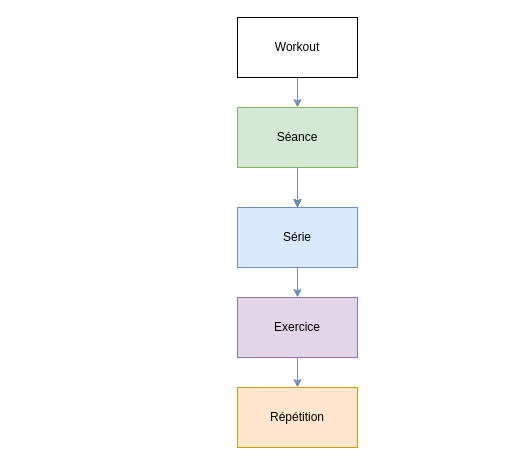
This is ressources/entites.drawio from Pismice/PDG-GRP5, a draw.io file, before an edit. Source tidied: cells renumbered, new cells numbered last; positions are measured from the earlier drawing's top-left corner, leaving out a move shared by most shapes. Both pictures are drawn from the tidied source at 100%, with x=0, y=0 at pixel (237, 17).
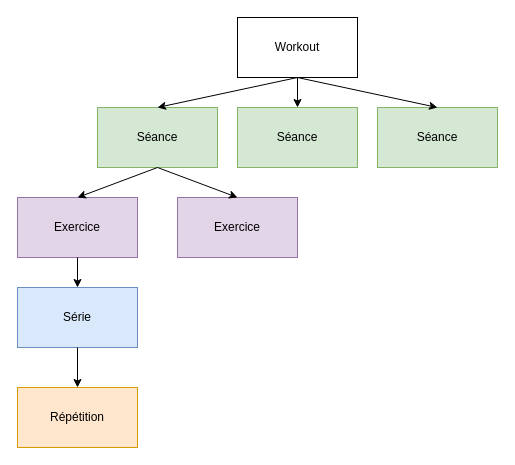
The same diagram, later.

What changed in the source:
```diff
@@
 <mxGraphModel>
   <root>
     <mxCell id="0" />
     <mxCell id="1" parent="0" />
     <mxCell id="2" value="Workout" style="rounded=0;whiteSpace=wrap;html=1;" parent="1" vertex="1">
       <mxGeometry width="120" height="60" as="geometry" />
     </mxCell>
-    <mxCell id="3" style="edgeStyle=orthogonalEdgeStyle;rounded=0;jettySize=auto;html=1;" parent="1" edge="1" source="4" target="6">
-      <mxGeometry relative="1" as="geometry" />
-    </mxCell>
+    <mxCell id="12" value="Séance" style="rounded=0;whiteSpace=wrap;html=1;fillColor=#d5e8d4;strokeColor=#82b366;" parent="1" vertex="1">
+      <mxGeometry x="-140" y="90" width="120" height="60" as="geometry" />
+    </mxCell>
     <mxCell id="4" value="Séance" style="rounded=0;whiteSpace=wrap;html=1;fillColor=#d5e8d4;strokeColor=#82b366;" parent="1" vertex="1">
       <mxGeometry y="90" width="120" height="60" as="geometry" />
     </mxCell>
+    <mxCell id="13" value="Séance" style="rounded=0;whiteSpace=wrap;html=1;fillColor=#d5e8d4;strokeColor=#82b366;" parent="1" vertex="1">
+      <mxGeometry x="140" y="90" width="120" height="60" as="geometry" />
+    </mxCell>
     <mxCell id="5" value="Exercice" style="rounded=0;whiteSpace=wrap;html=1;fillColor=#e1d5e7;strokeColor=#9673a6;" parent="1" vertex="1">
-      <mxGeometry y="280" width="120" height="60" as="geometry" />
+      <mxGeometry x="-220" y="180" width="120" height="60" as="geometry" />
     </mxCell>
+    <mxCell id="14" value="Exercice" style="rounded=0;whiteSpace=wrap;html=1;fillColor=#e1d5e7;strokeColor=#9673a6;" parent="1" vertex="1">
+      <mxGeometry x="-60" y="180" width="120" height="60" as="geometry" />
+    </mxCell>
     <mxCell id="6" value="Série" style="rounded=0;whiteSpace=wrap;html=1;fillColor=#dae8fc;strokeColor=#6c8ebf;" parent="1" vertex="1">
-      <mxGeometry y="190" width="120" height="60" as="geometry" />
+      <mxGeometry x="-220" y="270" width="120" height="60" as="geometry" />
     </mxCell>
     <mxCell id="7" value="Répétition" style="rounded=0;whiteSpace=wrap;html=1;fillColor=#ffe6cc;strokeColor=#d79b00;" parent="1" vertex="1">
-      <mxGeometry y="370" width="120" height="60" as="geometry" />
+      <mxGeometry x="-220" y="370" width="120" height="60" as="geometry" />
     </mxCell>
-    <mxCell id="8" style="endArrow=classic;html=1;rounded=0;exitX=0.5;exitY=1;exitDx=0;exitDy=0;entryX=0.5;entryY=0;entryDx=0;entryDy=0;fillColor=#dae8fc;strokeColor=#6c8ebf;" parent="1" edge="1" source="4" target="6">
-      <mxGeometry relative="1" as="geometry" />
-    </mxCell>
-    <mxCell id="9" style="endArrow=classic;html=1;rounded=0;exitX=0.5;exitY=1;exitDx=0;exitDy=0;entryX=0.5;entryY=0;entryDx=0;entryDy=0;fillColor=#dae8fc;strokeColor=#6c8ebf;" parent="1" edge="1" source="6" target="5">
-      <mxGeometry relative="1" as="geometry" />
-    </mxCell>
-    <mxCell id="10" style="endArrow=classic;html=1;rounded=0;exitX=0.5;exitY=1;exitDx=0;exitDy=0;entryX=0.5;entryY=0;entryDx=0;entryDy=0;fillColor=#dae8fc;strokeColor=#6c8ebf;" parent="1" edge="1" source="5" target="7">
-      <mxGeometry relative="1" as="geometry" />
-    </mxCell>
-    <mxCell id="11" style="endArrow=classic;html=1;rounded=0;exitX=0.5;exitY=1;exitDx=0;exitDy=0;fillColor=#dae8fc;strokeColor=#6c8ebf;" parent="1" edge="1" source="2">
-      <mxGeometry relative="1" as="geometry">
-        <mxPoint x="60" y="90" as="targetPoint" />
-      </mxGeometry>
-    </mxCell>
+    <mxCell id="15" style="endArrow=classic;html=1;rounded=0;exitX=0.5;exitY=1;exitDx=0;exitDy=0;entryX=0.5;entryY=0;entryDx=0;entryDy=0;" parent="1" edge="1" source="2" target="12">
+      <mxGeometry relative="1" as="geometry" />
+    </mxCell>
+    <mxCell id="16" style="endArrow=classic;html=1;rounded=0;exitX=0.5;exitY=1;exitDx=0;exitDy=0;entryX=0.5;entryY=0;entryDx=0;entryDy=0;" parent="1" edge="1" source="2" target="4">
+      <mxGeometry relative="1" as="geometry" />
+    </mxCell>
+    <mxCell id="17" style="endArrow=classic;html=1;rounded=0;entryX=0.5;entryY=0;entryDx=0;entryDy=0;" parent="1" edge="1" target="13">
+      <mxGeometry relative="1" as="geometry">
+        <mxPoint x="60" y="60" as="sourcePoint" />
+      </mxGeometry>
+    </mxCell>
+    <mxCell id="18" style="endArrow=classic;html=1;rounded=0;exitX=0.5;exitY=1;exitDx=0;exitDy=0;entryX=0.5;entryY=0;entryDx=0;entryDy=0;" parent="1" edge="1" source="12" target="5">
+      <mxGeometry relative="1" as="geometry" />
+    </mxCell>
+    <mxCell id="19" style="endArrow=classic;html=1;rounded=0;entryX=0.5;entryY=0;entryDx=0;entryDy=0;" parent="1" edge="1" target="14">
+      <mxGeometry relative="1" as="geometry">
+        <mxPoint x="-80" y="150" as="sourcePoint" />
+      </mxGeometry>
+    </mxCell>
+    <mxCell id="20" style="endArrow=classic;html=1;rounded=0;exitX=0.5;exitY=1;exitDx=0;exitDy=0;entryX=0.5;entryY=0;entryDx=0;entryDy=0;" parent="1" edge="1" source="5" target="6">
+      <mxGeometry relative="1" as="geometry" />
+    </mxCell>
+    <mxCell id="21" style="endArrow=classic;html=1;rounded=0;exitX=0.5;exitY=1;exitDx=0;exitDy=0;entryX=0.5;entryY=0;entryDx=0;entryDy=0;" parent="1" edge="1" source="6" target="7">
+      <mxGeometry relative="1" as="geometry" />
+    </mxCell>
   </root>
 </mxGraphModel>
```
